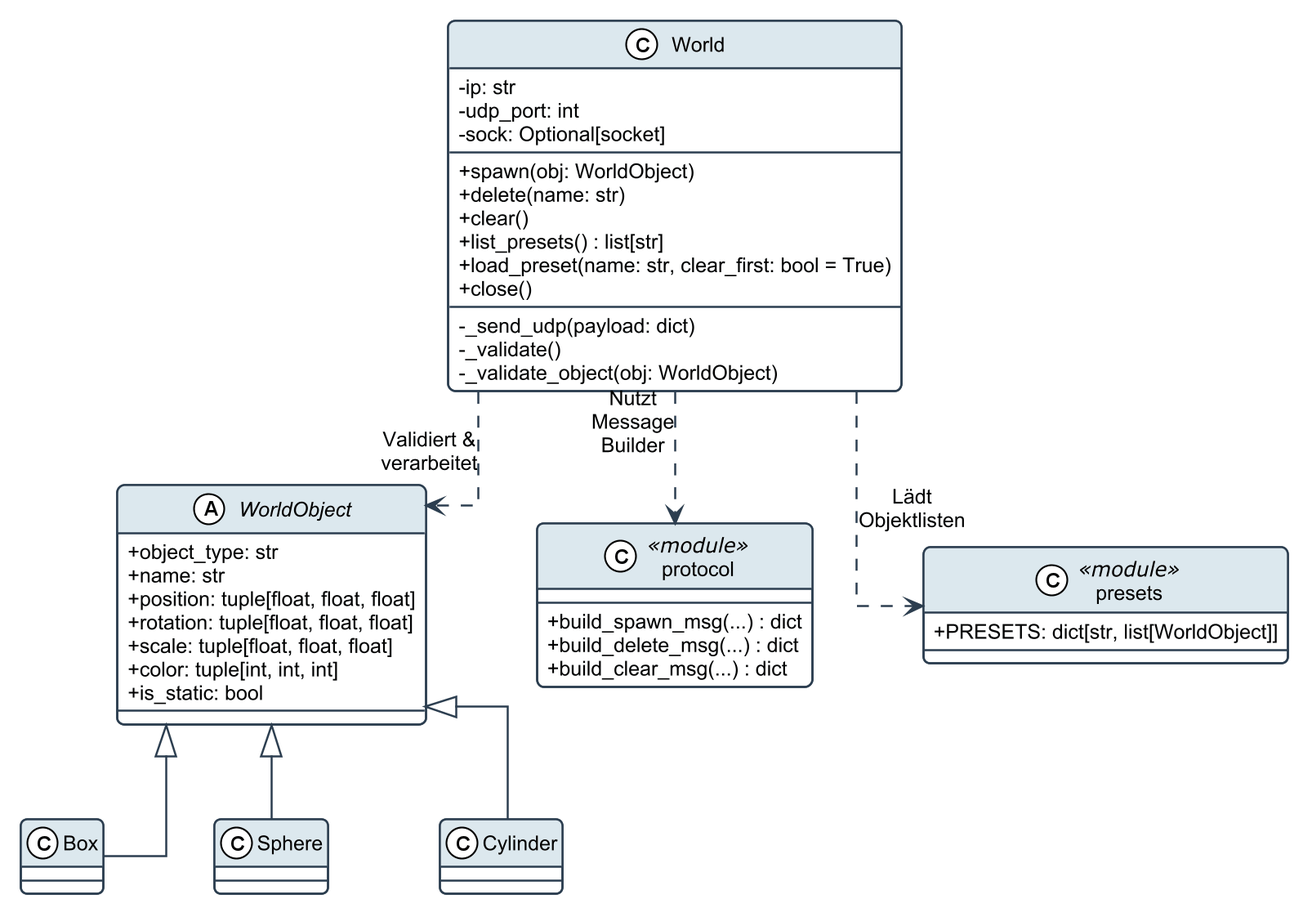
This is docs/asciidoc/images/05_world_l3.png from Stonehouse1703/DigitalTwin-for-MyPalletizer-260-M5-UnityVersion, a PlantUML export, as it was before one commit. Its source is kept beside it as docs/asciidoc/diagrams/05_world_l3.puml.
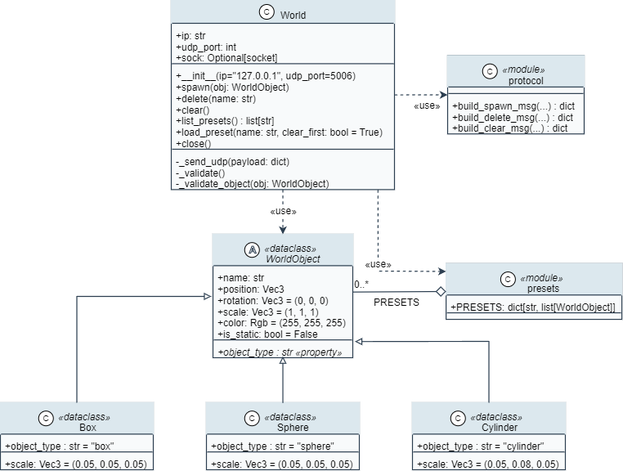
Above is the later version.

What changed in the source:
```diff
@@ -2,10 +2,11 @@
 !include style.puml
 
 class World {
-    - ip: str
-    - udp_port: int
-    - sock: Optional[socket]
+    + ip: str
+    + udp_port: int
+    + sock: Optional[socket]
     __
+    + __init__(ip="127.0.0.1", udp_port=5006)
     + spawn(obj: WorldObject)
     + delete(name: str)
     + clear()
@@ -15,22 +16,34 @@
     __
     - _send_udp(payload: dict)
     - _validate()
-    - _validate_object(obj: WorldObject)
+    - {static} _validate_object(obj: WorldObject)
 }
 
-abstract class WorldObject {
-    + object_type: str
+abstract class WorldObject <<dataclass>> {
     + name: str
-    + position: tuple[float, float, float]
-    + rotation: tuple[float, float, float]
-    + scale: tuple[float, float, float]
-    + color: tuple[int, int, int]
-    + is_static: bool
+    + position: Vec3
+    + rotation: Vec3 = (0, 0, 0)
+    + scale: Vec3 = (1, 1, 1)
+    + color: Rgb = (255, 255, 255)
+    + is_static: bool = False
+    __
+    + {abstract} object_type : str <<property>>
 }
 
-class Box extends WorldObject
-class Sphere extends WorldObject
-class Cylinder extends WorldObject
+class Box <<dataclass>> {
+    + scale: Vec3 = (0.05, 0.05, 0.05)
+    + object_type : str = "box"
+}
+
+class Sphere <<dataclass>> {
+    + scale: Vec3 = (0.05, 0.05, 0.05)
+    + object_type : str = "sphere"
+}
+
+class Cylinder <<dataclass>> {
+    + scale: Vec3 = (0.05, 0.08, 0.05)
+    + object_type : str = "cylinder"
+}
 
 class protocol <<module>> {
     + build_spawn_msg(...) : dict
@@ -42,8 +55,14 @@
     + PRESETS: dict[str, list[WorldObject]]
 }
 
-World ..> WorldObject : Validiert & verarbeitet
-World ..> protocol : Nutzt Message Builder
-World ..> presets : Lädt Objektlisten
+WorldObject <|-- Box
+WorldObject <|-- Sphere
+WorldObject <|-- Cylinder
+
+World ..> WorldObject : <<use>>
+World ..right..> protocol : <<use>>
+World ..right..> presets : <<use>>
+protocol -[hidden]down- presets
+presets o-left- "0..*" WorldObject : PRESETS
 
 @enduml
```
